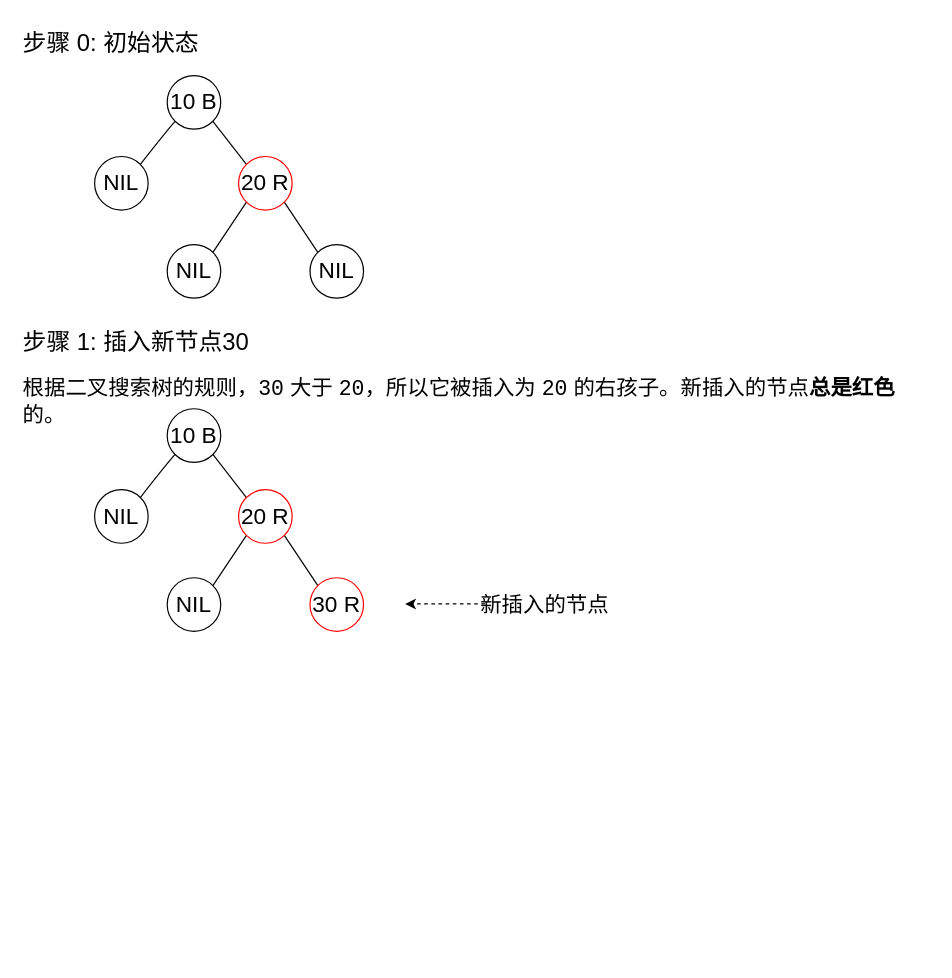
Above: RedBlackWork.drawio in xiaodongYao/DrawIO (draw.io), before the change. Source tidied: cells renumbered, new cells numbered last; positions are measured from the earlier drawing's top-left corner, leaving out a move shared by most shapes. Both pictures are drawn from the tidied source at 119%, with x=0, y=0 at pixel (20, 20).
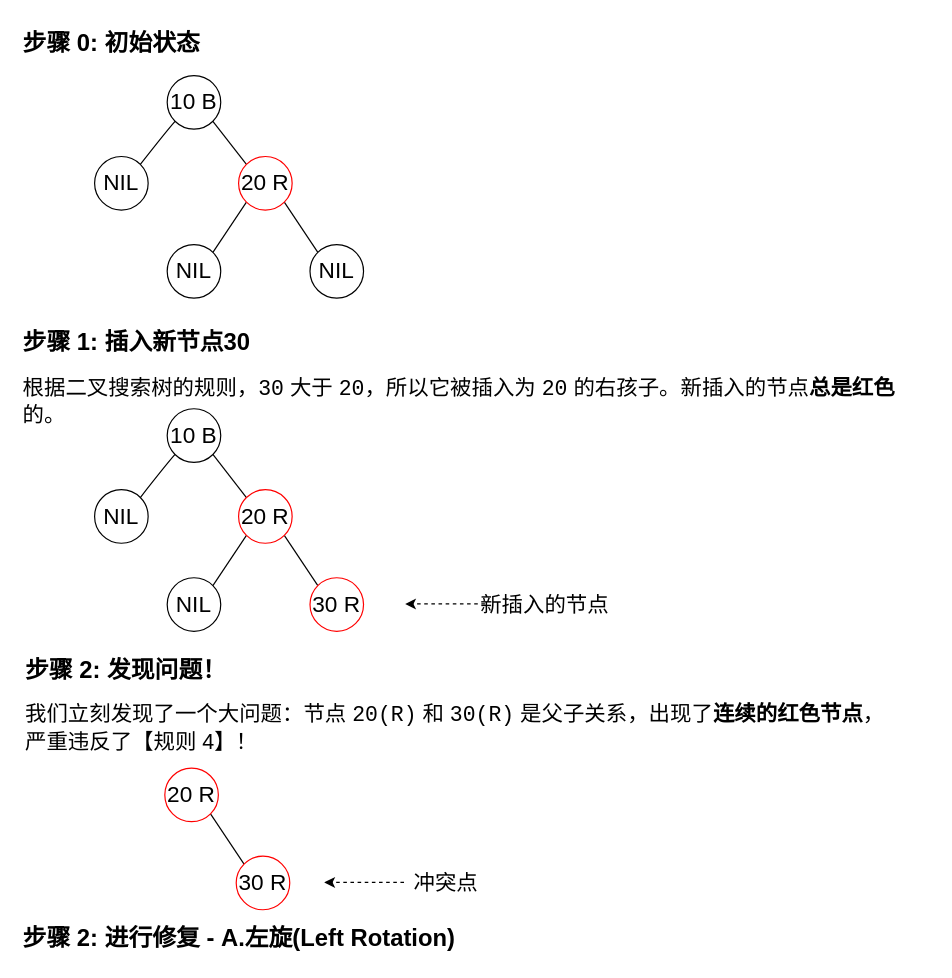
Above is the later version.

The edit, as a diff of the source:
```diff
@@
-    <mxCell id="9" value="步骤 0: 初始状态" style="text;whiteSpace=wrap;html=1;fontSize=20;" parent="1" vertex="1">
+    <mxCell id="9" value="步骤 0: 初始状态" style="text;whiteSpace=wrap;html=1;fontSize=20;fontStyle=1;" parent="1" vertex="1">
       <mxGeometry width="244" height="36" as="geometry" />
     </mxCell>
@@
-    <mxCell id="12" value="步骤 1: 插入新节点30" style="text;whiteSpace=wrap;html=1;fontSize=20;" parent="1" vertex="1">
+    <mxCell id="12" value="步骤 1: 插入新节点30" style="text;whiteSpace=wrap;html=1;fontSize=20;fontStyle=1;" parent="1" vertex="1">
       <mxGeometry y="251" width="244" height="36" as="geometry" />
     </mxCell>
@@
+    <mxCell id="25" value="步骤 2: 发现问题！" style="text;whiteSpace=wrap;html=1;fontSize=20;fontStyle=1;" parent="1" vertex="1">
+      <mxGeometry x="2" y="527" width="190" height="36" as="geometry" />
+    </mxCell>
+    <mxCell id="26" value="我们立刻发现了一个大问题：节点 &lt;code&gt;20(R)&lt;/code&gt; 和 &lt;code&gt;30(R)&lt;/code&gt; 是父子关系，出现了&lt;b&gt;连续的红色节点&lt;/b&gt;，严重违反了【规则 4】！" style="text;whiteSpace=wrap;html=1;fontSize=18;" parent="1" vertex="1">
+      <mxGeometry x="2" y="566" width="741" height="51" as="geometry" />
+    </mxCell>
+    <mxCell id="27" style="rounded=0;jettySize=auto;html=1;exitX=1;exitY=1;exitDx=0;exitDy=0;entryX=0;entryY=0;entryDx=0;entryDy=0;endArrow=none;endFill=0;" parent="1" edge="1" source="28" target="29">
+      <mxGeometry relative="1" as="geometry" />
+    </mxCell>
+    <mxCell id="28" value="20 R" style="ellipse;whiteSpace=wrap;html=1;fontSize=19;strokeColor=light-dark(#ff0000, #ededed);" parent="1" vertex="1">
+      <mxGeometry x="121" y="628" width="45" height="45" as="geometry" />
+    </mxCell>
+    <mxCell id="29" value="30 R" style="ellipse;whiteSpace=wrap;html=1;fontSize=19;strokeColor=light-dark(#ff0000, #EDEDED);" parent="1" vertex="1">
+      <mxGeometry x="181" y="702" width="45" height="45" as="geometry" />
+    </mxCell>
+    <mxCell id="30" value="冲突点" style="text;html=1;align=center;verticalAlign=middle;whiteSpace=wrap;rounded=0;fontSize=18;" parent="1" vertex="1">
+      <mxGeometry x="312" y="709.5" width="91" height="30" as="geometry" />
+    </mxCell>
+    <mxCell id="31" style="endArrow=classic;html=1;rounded=0;dashed=1;" parent="1" edge="1">
+      <mxGeometry relative="1" as="geometry">
+        <mxPoint x="322" y="724" as="sourcePoint" />
+        <mxPoint x="255" y="724" as="targetPoint" />
+      </mxGeometry>
+    </mxCell>
+    <mxCell id="32" value="步骤 2: 进行修复 - A.左旋(Left Rotation)" style="text;whiteSpace=wrap;html=1;fontSize=20;fontStyle=1;" parent="1" vertex="1">
+      <mxGeometry y="752" width="436" height="36" as="geometry" />
+    </mxCell>
```
